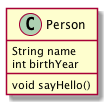
This is assets/images/uml/oop/practice2_002.png from lyhcode/oosad, a PlantUML export, as it was before one commit. Its diagram source:
```plantuml
@startuml
Class Person {
    String name
    int birthYear
    void sayHello()
}
@enduml
```
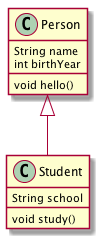
After the commit.

Diff of the diagram source:
```diff
@@ -2,6 +2,13 @@
 Class Person {
     String name
     int birthYear
-    void sayHello()
+    void hello()
 }
+
+Class Student {
+    String school
+    void study()
+}
+
+Person <|-- Student
 @enduml
```
